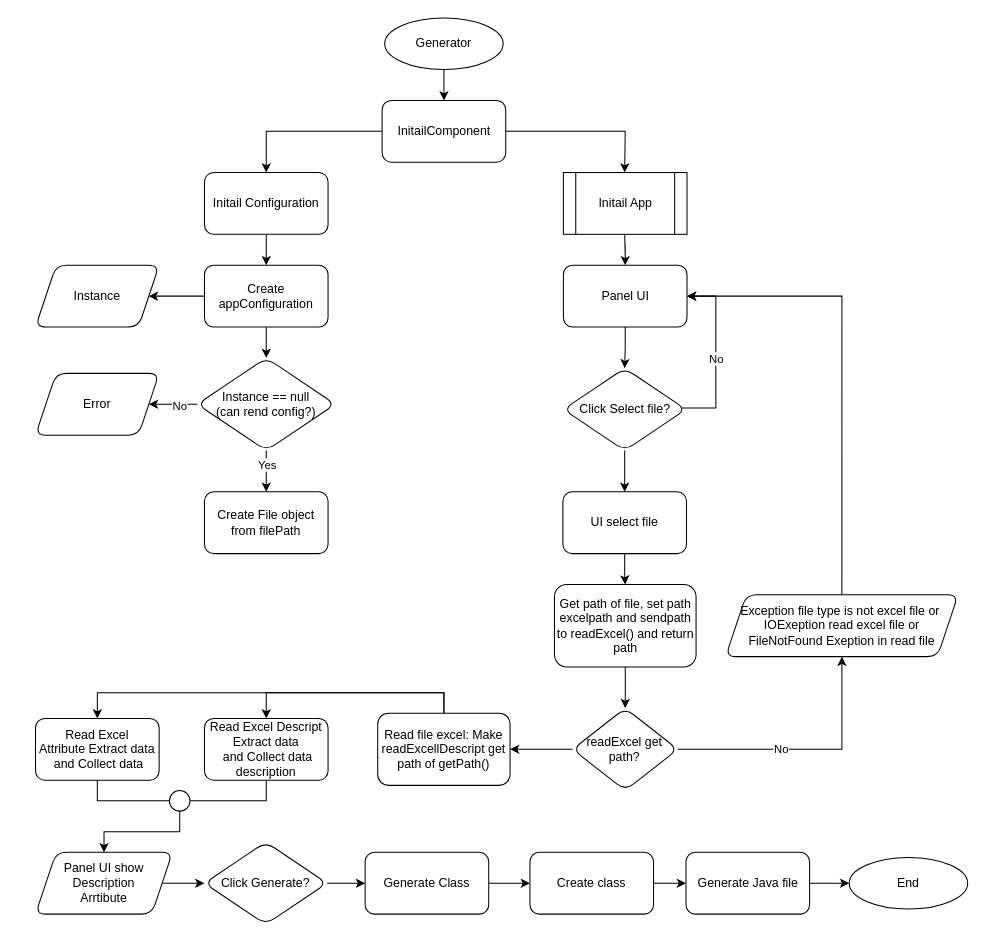
MangkhaletSuad/MangkhaletSuad keeps this draw.io diagram as Untitled Diagram.drawio. Above is the earlier version. Source tidied: cells renumbered, new cells numbered last; positions are measured from the earlier drawing's top-left corner, leaving out a move shared by most shapes. Both pictures are drawn from the tidied source at 103%, with x=0, y=0 at pixel (35, 18).
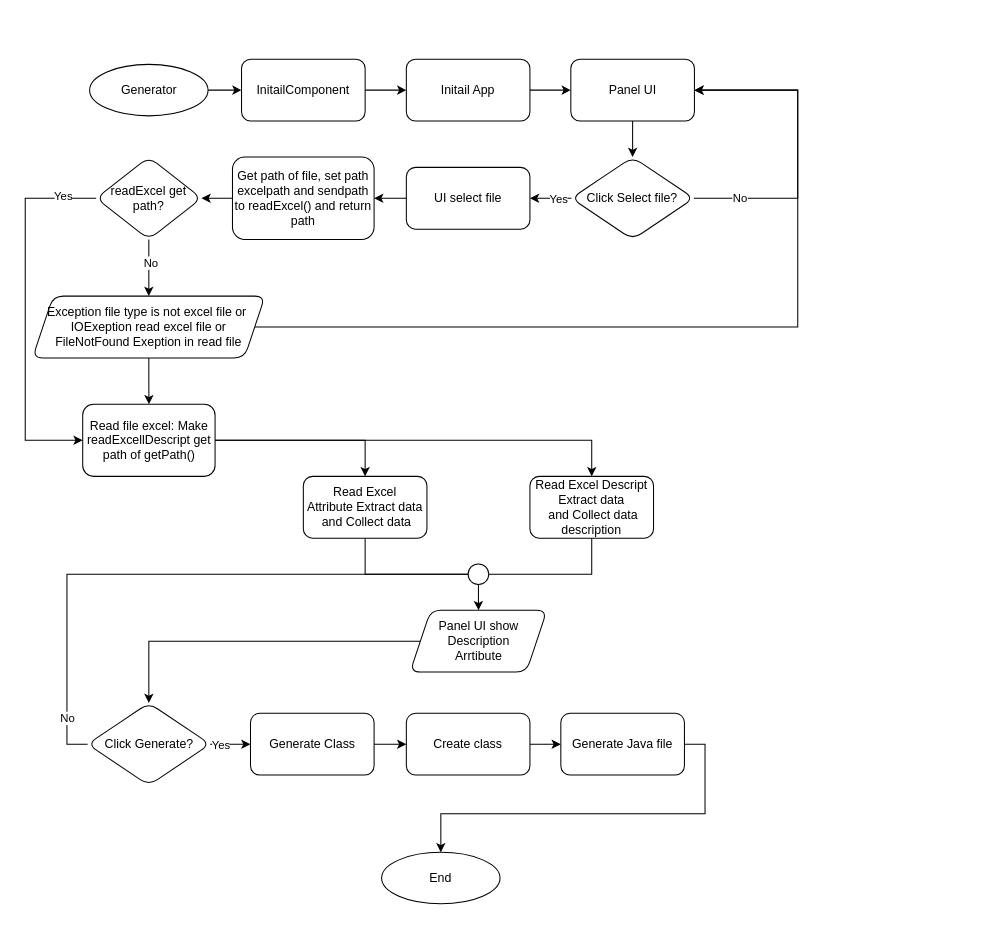
Above is the later version.

Unchanged cells that the change refers to:
```xml
<mxCell id="46" style="edgeStyle=orthogonalEdgeStyle;rounded=0;jettySize=auto;html=1;" parent="1" edge="1" source="47" target="49">
  <mxGeometry relative="1" as="geometry" />
</mxCell>
```

What changed in the source:
```diff
@@
-    <mxCell id="2" style="edgeStyle=orthogonalEdgeStyle;rounded=0;jettySize=auto;html=1;" parent="1" edge="1" source="4">
-      <mxGeometry relative="1" as="geometry">
-        <mxPoint x="572" y="150" as="targetPoint" />
-      </mxGeometry>
-    </mxCell>
-    <mxCell id="3" style="edgeStyle=orthogonalEdgeStyle;rounded=0;jettySize=auto;html=1;" parent="1" edge="1" source="4" target="9">
-      <mxGeometry relative="1" as="geometry" />
-    </mxCell>
+    <mxCell id="58" style="edgeStyle=orthogonalEdgeStyle;rounded=0;jettySize=auto;html=1;" parent="1" edge="1" source="4" target="53">
+      <mxGeometry relative="1" as="geometry" />
+    </mxCell>
     <mxCell id="4" value="InitailComponent" style="rounded=1;whiteSpace=wrap;html=1;" parent="1" vertex="1">
-      <mxGeometry x="336.5" y="80" width="120" height="60" as="geometry" />
+      <mxGeometry x="200" y="40" width="120" height="60" as="geometry" />
     </mxCell>
@@
     <mxCell id="6" value="Generator" style="ellipse;whiteSpace=wrap;html=1;" parent="1" vertex="1">
-      <mxGeometry x="339" width="115" height="50" as="geometry" />
+      <mxGeometry x="52.5" y="45" width="115" height="50" as="geometry" />
     </mxCell>
-    <mxCell id="7" style="edgeStyle=orthogonalEdgeStyle;rounded=0;jettySize=auto;html=1;" parent="1" edge="1" target="22">
-      <mxGeometry relative="1" as="geometry">
-        <mxPoint x="572" y="210" as="sourcePoint" />
-      </mxGeometry>
-    </mxCell>
-    <mxCell id="8" style="edgeStyle=orthogonalEdgeStyle;rounded=0;jettySize=auto;html=1;" parent="1" edge="1" source="9" target="12">
-      <mxGeometry relative="1" as="geometry" />
-    </mxCell>
-    <mxCell id="9" value="Initail Configuration" style="rounded=1;whiteSpace=wrap;html=1;" parent="1" vertex="1">
-      <mxGeometry x="164" y="150" width="120" height="60" as="geometry" />
-    </mxCell>
-    <mxCell id="10" style="edgeStyle=orthogonalEdgeStyle;rounded=0;jettySize=auto;html=1;" parent="1" edge="1" source="12" target="20">
-      <mxGeometry relative="1" as="geometry" />
-    </mxCell>
-    <mxCell id="11" style="edgeStyle=orthogonalEdgeStyle;rounded=0;jettySize=auto;html=1;" parent="1" edge="1" source="12" target="17">
-      <mxGeometry relative="1" as="geometry" />
-    </mxCell>
-    <mxCell id="12" value="Create&lt;br&gt;appConfiguration" style="rounded=1;whiteSpace=wrap;html=1;" parent="1" vertex="1">
-      <mxGeometry x="164" y="240" width="120" height="60" as="geometry" />
-    </mxCell>
-    <mxCell id="13" style="edgeStyle=orthogonalEdgeStyle;rounded=0;jettySize=auto;html=1;" parent="1" edge="1" source="17" target="18">
-      <mxGeometry relative="1" as="geometry" />
-    </mxCell>
-    <mxCell id="14" value="Yes" style="edgeLabel;html=1;align=center;verticalAlign=middle;" parent="13" vertex="1">
-      <mxGeometry x="-0.03" y="-1" relative="1" as="geometry">
-        <mxPoint x="1" y="-6" as="offset" />
-      </mxGeometry>
-    </mxCell>
-    <mxCell id="15" style="edgeStyle=orthogonalEdgeStyle;rounded=0;jettySize=auto;html=1;" parent="1" edge="1" source="17" target="19">
-      <mxGeometry relative="1" as="geometry" />
-    </mxCell>
-    <mxCell id="16" value="No" style="edgeLabel;html=1;align=center;verticalAlign=middle;" parent="15" vertex="1">
-      <mxGeometry x="-0.08" y="1" relative="1" as="geometry" />
-    </mxCell>
-    <mxCell id="17" value="Instance == null&lt;br&gt;(can rend config?)" style="rhombus;whiteSpace=wrap;html=1;rounded=1;" parent="1" vertex="1">
-      <mxGeometry x="157" y="330" width="134" height="90" as="geometry" />
-    </mxCell>
-    <mxCell id="18" value="Create File object from filePath" style="whiteSpace=wrap;html=1;rounded=1;" parent="1" vertex="1">
-      <mxGeometry x="164" y="460" width="120" height="60" as="geometry" />
-    </mxCell>
-    <mxCell id="19" value="Error" style="shape=parallelogram;perimeter=parallelogramPerimeter;whiteSpace=wrap;html=1;fixedSize=1;rounded=1;" parent="1" vertex="1">
-      <mxGeometry y="345" width="120" height="60" as="geometry" />
-    </mxCell>
-    <mxCell id="20" value="Instance" style="shape=parallelogram;perimeter=parallelogramPerimeter;whiteSpace=wrap;html=1;fixedSize=1;rounded=1;" parent="1" vertex="1">
-      <mxGeometry y="240" width="120" height="60" as="geometry" />
-    </mxCell>
@@
     <mxCell id="22" value="Panel UI" style="rounded=1;whiteSpace=wrap;html=1;" parent="1" vertex="1">
-      <mxGeometry x="512.5" y="240" width="120" height="60" as="geometry" />
+      <mxGeometry x="519.7" y="40" width="120" height="60" as="geometry" />
     </mxCell>
+    <mxCell id="25" style="edgeStyle=orthogonalEdgeStyle;rounded=0;jettySize=auto;html=1;" parent="1" edge="1" source="26" target="28">
+      <mxGeometry relative="1" as="geometry" />
+    </mxCell>
+    <mxCell id="59" value="Yes" style="edgeLabel;html=1;align=center;verticalAlign=middle;" parent="25" vertex="1">
+      <mxGeometry x="-0.33" y="-3" relative="1" as="geometry">
+        <mxPoint y="3" as="offset" />
+      </mxGeometry>
+    </mxCell>
-    <mxCell id="23" style="edgeStyle=orthogonalEdgeStyle;rounded=0;jettySize=auto;html=1;entryX=1;entryY=0.5;entryDx=0;entryDy=0;exitX=0.963;exitY=0.484;exitDx=0;exitDy=0;exitPerimeter=0;" parent="1" edge="1" source="26" target="22">
+    <mxCell id="23" style="edgeStyle=orthogonalEdgeStyle;rounded=0;jettySize=auto;html=1;exitX=1;exitY=0.5;exitDx=0;exitDy=0;entryX=1;entryY=0.5;entryDx=0;entryDy=0;" parent="1" edge="1" source="26" target="22">
       <mxGeometry relative="1" as="geometry">
         <Array as="points">
-          <mxPoint x="660.5" y="379" />
-          <mxPoint x="660.5" y="270" />
+          <mxPoint x="740" y="175" />
+          <mxPoint x="740" y="70" />
         </Array>
       </mxGeometry>
     </mxCell>
-    <mxCell id="24" value="No" style="edgeLabel;html=1;align=center;verticalAlign=middle;" parent="23" vertex="1">
-      <mxGeometry x="-0.08" relative="1" as="geometry">
-        <mxPoint y="-4" as="offset" />
-      </mxGeometry>
-    </mxCell>
-    <mxCell id="25" style="edgeStyle=orthogonalEdgeStyle;rounded=0;jettySize=auto;html=1;" parent="1" edge="1" source="26" target="28">
-      <mxGeometry relative="1" as="geometry" />
-    </mxCell>
+    <mxCell id="60" value="No" style="edgeLabel;html=1;align=center;verticalAlign=middle;" parent="23" vertex="1">
+      <mxGeometry x="-0.71" y="1" relative="1" as="geometry" />
+    </mxCell>
     <mxCell id="26" value="Click Select file?" style="rhombus;whiteSpace=wrap;html=1;rounded=1;" parent="1" vertex="1">
-      <mxGeometry x="512.5" y="340" width="119" height="80" as="geometry" />
+      <mxGeometry x="520.2" y="135" width="119" height="80" as="geometry" />
     </mxCell>
-    <mxCell id="27" style="edgeStyle=orthogonalEdgeStyle;rounded=0;jettySize=auto;html=1;entryX=0.5;entryY=0;entryDx=0;entryDy=0;" parent="1" edge="1" source="28" target="34">
+    <mxCell id="27" style="edgeStyle=orthogonalEdgeStyle;rounded=0;jettySize=auto;html=1;" parent="1" edge="1" source="28" target="34">
       <mxGeometry relative="1" as="geometry" />
     </mxCell>
     <mxCell id="28" value="UI select file" style="whiteSpace=wrap;html=1;rounded=1;" parent="1" vertex="1">
-      <mxGeometry x="512" y="460" width="120" height="60" as="geometry" />
+      <mxGeometry x="360" y="145" width="120" height="60" as="geometry" />
     </mxCell>
     <mxCell id="29" style="edgeStyle=orthogonalEdgeStyle;rounded=0;jettySize=auto;html=1;" parent="1" edge="1" source="32" target="36">
-      <mxGeometry relative="1" as="geometry" />
+      <mxGeometry relative="1" as="geometry">
+        <Array as="points">
+          <mxPoint x="110" y="305" />
+        </Array>
+      </mxGeometry>
     </mxCell>
@@
-    <mxCell id="31" style="edgeStyle=orthogonalEdgeStyle;rounded=0;jettySize=auto;html=1;" parent="1" edge="1" source="32" target="39">
-      <mxGeometry relative="1" as="geometry" />
+    <mxCell id="31" style="edgeStyle=orthogonalEdgeStyle;rounded=0;jettySize=auto;html=1;exitX=0;exitY=0.5;exitDx=0;exitDy=0;entryX=0;entryY=0.5;entryDx=0;entryDy=0;" parent="1" edge="1" source="32" target="39">
+      <mxGeometry relative="1" as="geometry">
+        <Array as="points">
+          <mxPoint x="-10" y="175" />
+          <mxPoint x="-10" y="410" />
+        </Array>
+      </mxGeometry>
     </mxCell>
+    <mxCell id="61" value="Yes" style="edgeLabel;html=1;align=center;verticalAlign=middle;" parent="31" vertex="1">
+      <mxGeometry x="-0.82" y="-3" relative="1" as="geometry" />
+    </mxCell>
     <mxCell id="32" value="readExcel get path?" style="rhombus;whiteSpace=wrap;html=1;rounded=1;" parent="1" vertex="1">
-      <mxGeometry x="521.4" y="670" width="102.2" height="80" as="geometry" />
+      <mxGeometry x="58.9" y="135" width="102.2" height="80" as="geometry" />
     </mxCell>
-    <mxCell id="33" style="edgeStyle=orthogonalEdgeStyle;rounded=0;jettySize=auto;html=1;exitX=0.5;exitY=1;exitDx=0;exitDy=0;entryX=0.5;entryY=0;entryDx=0;entryDy=0;" parent="1" edge="1" source="34" target="32">
+    <mxCell id="33" style="edgeStyle=orthogonalEdgeStyle;rounded=0;jettySize=auto;html=1;" parent="1" edge="1" source="34" target="32">
       <mxGeometry relative="1" as="geometry" />
     </mxCell>
     <mxCell id="34" value="Get path of file, set path excelpath and sendpath to readExcel() and return path" style="rounded=1;whiteSpace=wrap;html=1;" parent="1" vertex="1">
-      <mxGeometry x="503.8" y="550" width="137.5" height="80" as="geometry" />
+      <mxGeometry x="191.2" y="135" width="137.5" height="80" as="geometry" />
     </mxCell>
-    <mxCell id="35" style="edgeStyle=orthogonalEdgeStyle;rounded=0;jettySize=auto;html=1;exitX=0.5;exitY=0;exitDx=0;exitDy=0;entryX=1;entryY=0.5;entryDx=0;entryDy=0;" parent="1" edge="1" source="36" target="22">
-      <mxGeometry relative="1" as="geometry" />
+    <mxCell id="35" style="edgeStyle=orthogonalEdgeStyle;rounded=0;jettySize=auto;html=1;exitX=1;exitY=0.5;exitDx=0;exitDy=0;entryX=1;entryY=0.5;entryDx=0;entryDy=0;" parent="1" edge="1" source="36" target="22">
+      <mxGeometry relative="1" as="geometry">
+        <Array as="points">
+          <mxPoint x="740" y="300" />
+          <mxPoint x="740" y="70" />
+        </Array>
+      </mxGeometry>
     </mxCell>
+    <mxCell id="62" style="edgeStyle=orthogonalEdgeStyle;rounded=0;jettySize=auto;html=1;" parent="1" edge="1" source="36" target="39">
+      <mxGeometry relative="1" as="geometry" />
+    </mxCell>
     <mxCell id="36" value="Exception file type is not excel file or&amp;nbsp;&lt;br&gt;IOExeption read excel file or&lt;br&gt;FileNotFound Exeption in read file" style="shape=parallelogram;perimeter=parallelogramPerimeter;whiteSpace=wrap;html=1;fixedSize=1;rounded=1;" parent="1" vertex="1">
-      <mxGeometry x="670" y="560" width="225.7" height="60" as="geometry" />
+      <mxGeometry x="-2.9" y="270" width="225.7" height="60" as="geometry" />
     </mxCell>
+    <mxCell id="38" style="edgeStyle=orthogonalEdgeStyle;rounded=0;jettySize=auto;html=1;exitX=1;exitY=0.5;exitDx=0;exitDy=0;entryX=0.5;entryY=0;entryDx=0;entryDy=0;" parent="1" edge="1" source="39" target="41">
+      <mxGeometry relative="1" as="geometry" />
+    </mxCell>
-    <mxCell id="37" style="edgeStyle=orthogonalEdgeStyle;rounded=0;jettySize=auto;html=1;exitX=0.5;exitY=0;exitDx=0;exitDy=0;entryX=0.5;entryY=0;entryDx=0;entryDy=0;" parent="1" edge="1" source="39" target="43">
+    <mxCell id="37" style="edgeStyle=orthogonalEdgeStyle;rounded=0;jettySize=auto;html=1;exitX=1;exitY=0.5;exitDx=0;exitDy=0;entryX=0.5;entryY=0;entryDx=0;entryDy=0;" parent="1" edge="1" source="39" target="43">
       <mxGeometry relative="1" as="geometry" />
     </mxCell>
-    <mxCell id="38" style="edgeStyle=orthogonalEdgeStyle;rounded=0;jettySize=auto;html=1;exitX=0.5;exitY=0;exitDx=0;exitDy=0;entryX=0.5;entryY=0;entryDx=0;entryDy=0;" parent="1" edge="1" source="39" target="41">
-      <mxGeometry relative="1" as="geometry" />
-    </mxCell>
     <mxCell id="39" value="Read file excel: Make readExcellDescript get path of getPath()" style="whiteSpace=wrap;html=1;rounded=1;" parent="1" vertex="1">
-      <mxGeometry x="332.2" y="675" width="128.5" height="70" as="geometry" />
+      <mxGeometry x="45.8" y="375" width="128.5" height="70" as="geometry" />
     </mxCell>
@@
     <mxCell id="41" value="Read Excel Descript Extract data&lt;br&gt;&amp;nbsp;and Collect data description" style="whiteSpace=wrap;html=1;rounded=1;" parent="1" vertex="1">
-      <mxGeometry x="164" y="680" width="120" height="60" as="geometry" />
+      <mxGeometry x="480" y="445" width="120" height="60" as="geometry" />
     </mxCell>
@@
     <mxCell id="43" value="Read Excel Attribute&amp;nbsp;Extract data&lt;br&gt;&amp;nbsp;and Collect data" style="whiteSpace=wrap;html=1;rounded=1;" parent="1" vertex="1">
-      <mxGeometry y="680" width="120" height="60" as="geometry" />
+      <mxGeometry x="260" y="445" width="120" height="60" as="geometry" />
     </mxCell>
@@
     <mxCell id="45" style="ellipse;whiteSpace=wrap;html=1;" parent="1" vertex="1">
-      <mxGeometry x="130" y="750" width="20" height="20" as="geometry" />
+      <mxGeometry x="420" y="530" width="20" height="20" as="geometry" />
     </mxCell>
@@
+    <mxCell id="63" value="Yes" style="edgeLabel;html=1;align=center;verticalAlign=middle;" parent="46" vertex="1">
+      <mxGeometry x="-0.64" y="1" relative="1" as="geometry">
+        <mxPoint x="3" y="1" as="offset" />
+      </mxGeometry>
+    </mxCell>
+    <mxCell id="64" style="edgeStyle=orthogonalEdgeStyle;rounded=0;jettySize=auto;html=1;exitX=0;exitY=0.5;exitDx=0;exitDy=0;entryX=0;entryY=0.5;entryDx=0;entryDy=0;endArrow=none;endFill=0;" parent="1" edge="1" source="47" target="45">
+      <mxGeometry relative="1" as="geometry" />
+    </mxCell>
+    <mxCell id="65" value="No" style="edgeLabel;html=1;align=center;verticalAlign=middle;" parent="64" vertex="1">
+      <mxGeometry x="-0.84" relative="1" as="geometry" />
+    </mxCell>
     <mxCell id="47" value="Click Generate?" style="rhombus;whiteSpace=wrap;html=1;rounded=1;" parent="1" vertex="1">
-      <mxGeometry x="164" y="800" width="119" height="80" as="geometry" />
+      <mxGeometry x="50.5" y="665" width="119" height="80" as="geometry" />
     </mxCell>
@@
     <mxCell id="49" value="Generate Class" style="rounded=1;whiteSpace=wrap;html=1;" parent="1" vertex="1">
-      <mxGeometry x="320" y="810" width="120" height="60" as="geometry" />
+      <mxGeometry x="208.7" y="675" width="120" height="60" as="geometry" />
     </mxCell>
@@
     <mxCell id="51" value="Panel UI show&lt;br&gt;Description&lt;br&gt;Arrtibute" style="shape=parallelogram;perimeter=parallelogramPerimeter;whiteSpace=wrap;html=1;fixedSize=1;rounded=1;" parent="1" vertex="1">
-      <mxGeometry y="810" width="132.9" height="60" as="geometry" />
+      <mxGeometry x="363.6" y="575" width="132.9" height="60" as="geometry" />
     </mxCell>
     <mxCell id="52" value="End&lt;br&gt;" style="ellipse;whiteSpace=wrap;html=1;" parent="1" vertex="1">
-      <mxGeometry x="790" y="815" width="115" height="50" as="geometry" />
+      <mxGeometry x="336" y="810" width="115" height="50" as="geometry" />
     </mxCell>
-    <mxCell id="53" value="Initail App" style="shape=process;whiteSpace=wrap;html=1;backgroundOutline=1;" parent="1" vertex="1">
-      <mxGeometry x="512.5" y="150" width="120" height="60" as="geometry" />
-    </mxCell>
@@
     <mxCell id="55" value="Create class" style="whiteSpace=wrap;html=1;rounded=1;" parent="1" vertex="1">
-      <mxGeometry x="480" y="810" width="120" height="60" as="geometry" />
+      <mxGeometry x="360" y="675" width="120" height="60" as="geometry" />
     </mxCell>
-    <mxCell id="56" style="edgeStyle=orthogonalEdgeStyle;rounded=0;jettySize=auto;html=1;" parent="1" edge="1" source="57" target="52">
+    <mxCell id="56" style="edgeStyle=orthogonalEdgeStyle;rounded=0;jettySize=auto;html=1;exitX=1;exitY=0.5;exitDx=0;exitDy=0;entryX=0.5;entryY=0;entryDx=0;entryDy=0;" parent="1" edge="1" source="57" target="52">
       <mxGeometry relative="1" as="geometry" />
     </mxCell>
     <mxCell id="57" value="Generate Java file" style="whiteSpace=wrap;html=1;rounded=1;" parent="1" vertex="1">
-      <mxGeometry x="631.5" y="810" width="120" height="60" as="geometry" />
+      <mxGeometry x="510" y="675" width="120" height="60" as="geometry" />
     </mxCell>
+    <mxCell id="66" style="edgeStyle=orthogonalEdgeStyle;rounded=0;jettySize=auto;html=1;" parent="1" edge="1" source="53" target="22">
+      <mxGeometry relative="1" as="geometry" />
+    </mxCell>
+    <mxCell id="53" value="Initail App" style="rounded=1;whiteSpace=wrap;html=1;" parent="1" vertex="1">
+      <mxGeometry x="360" y="40" width="120" height="60" as="geometry" />
+    </mxCell>
```
